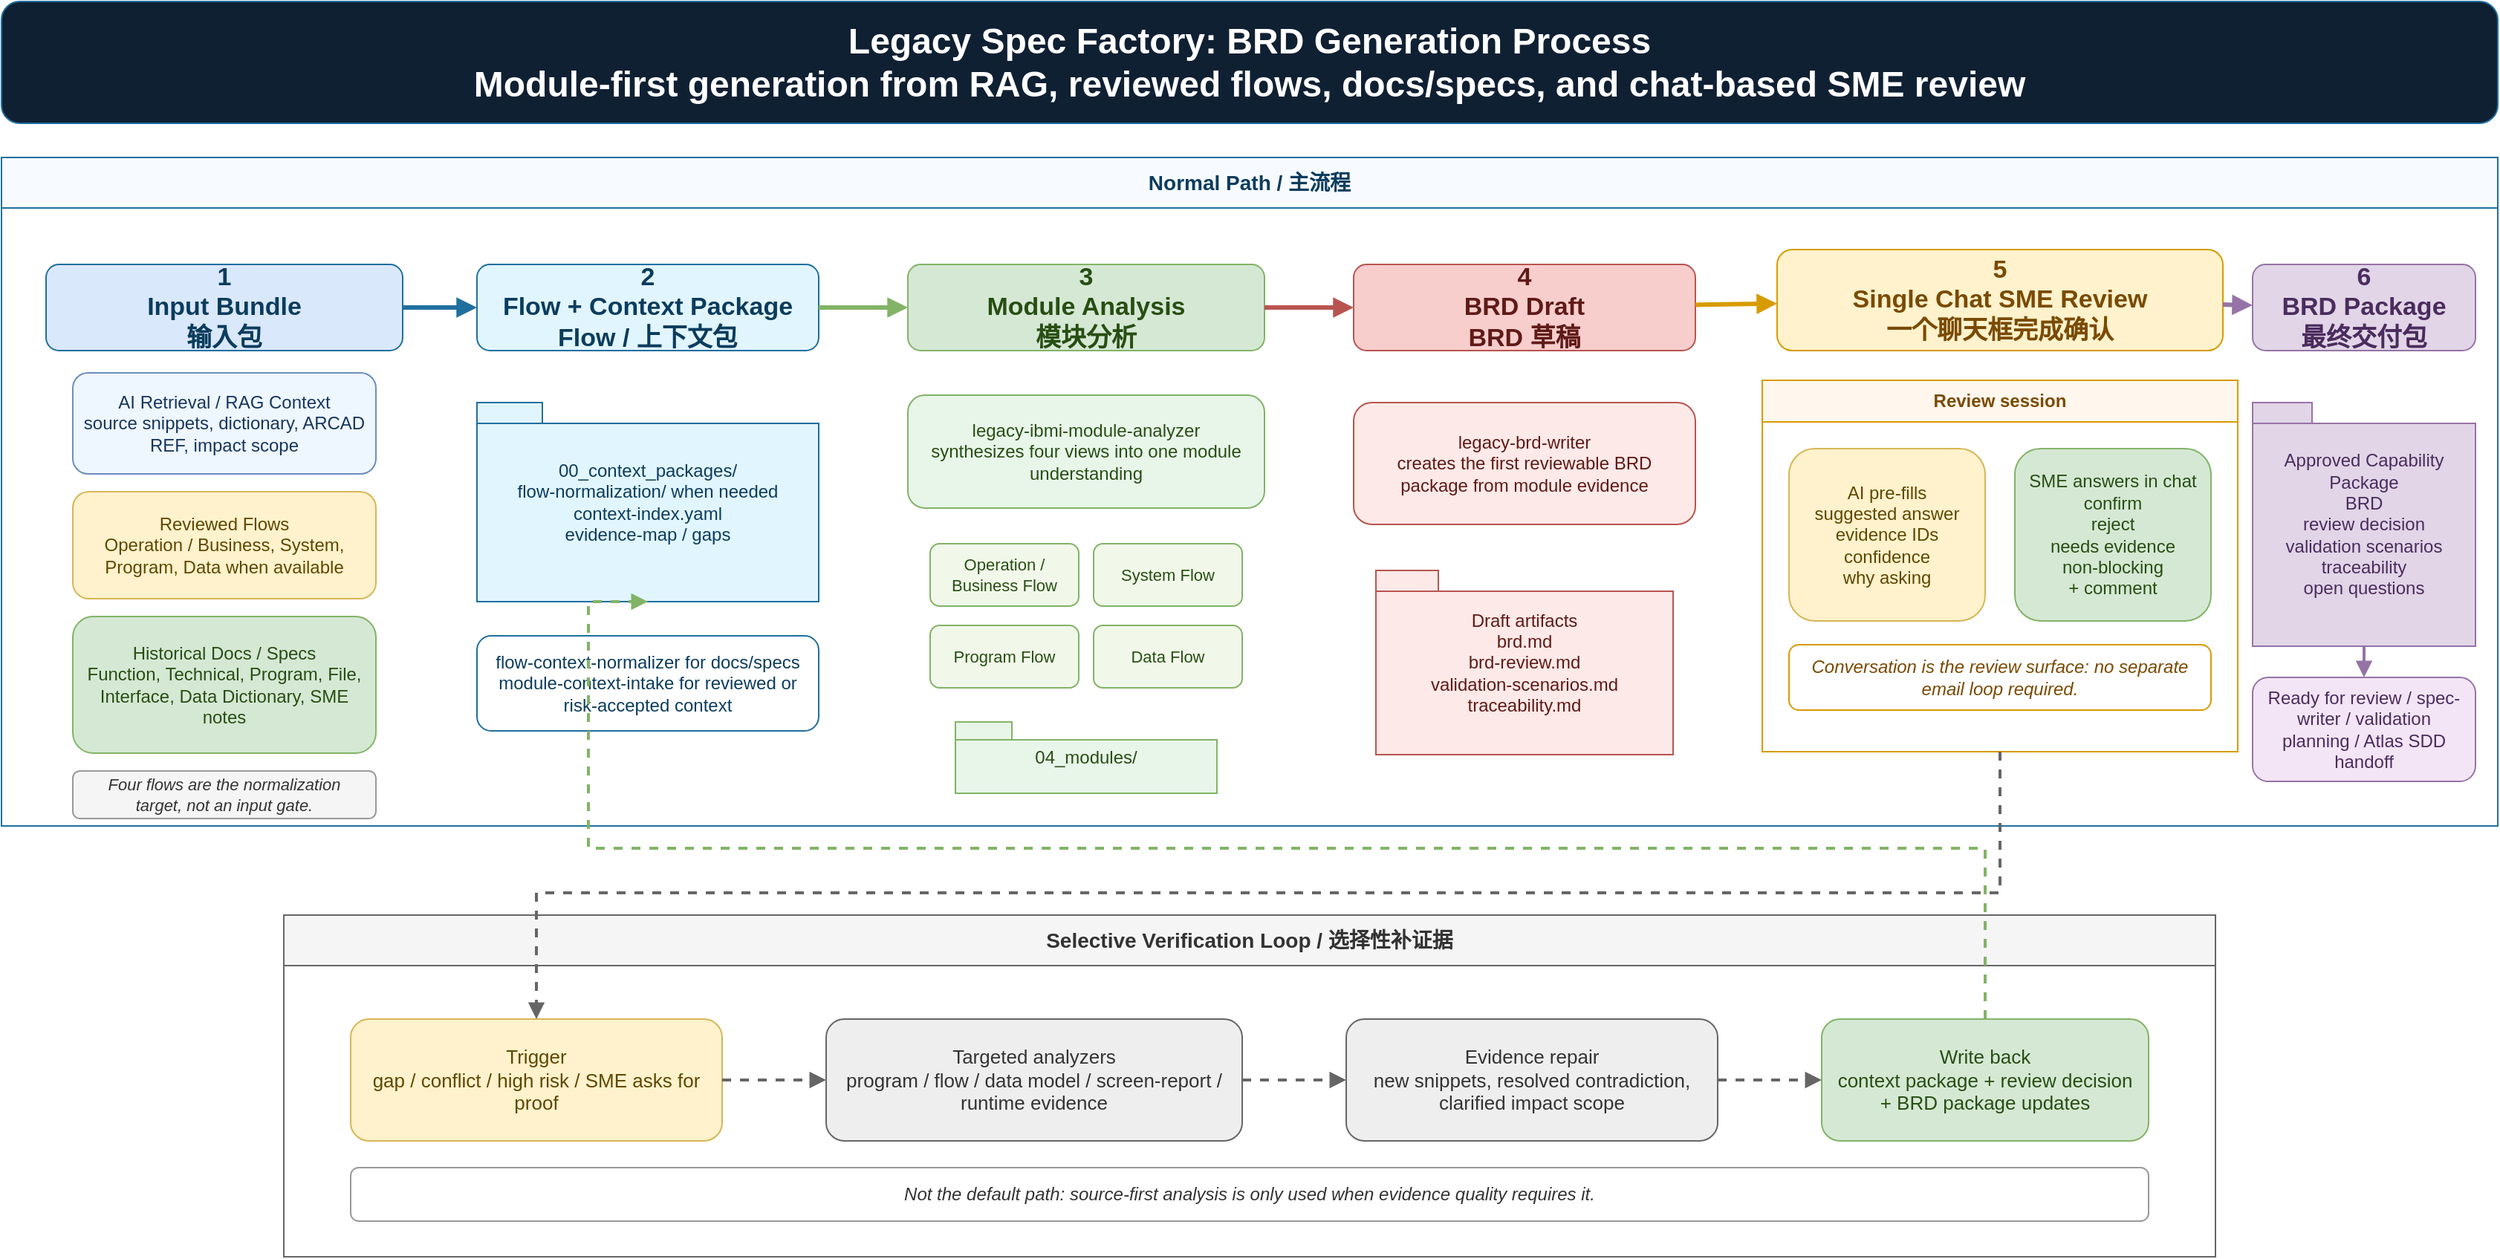
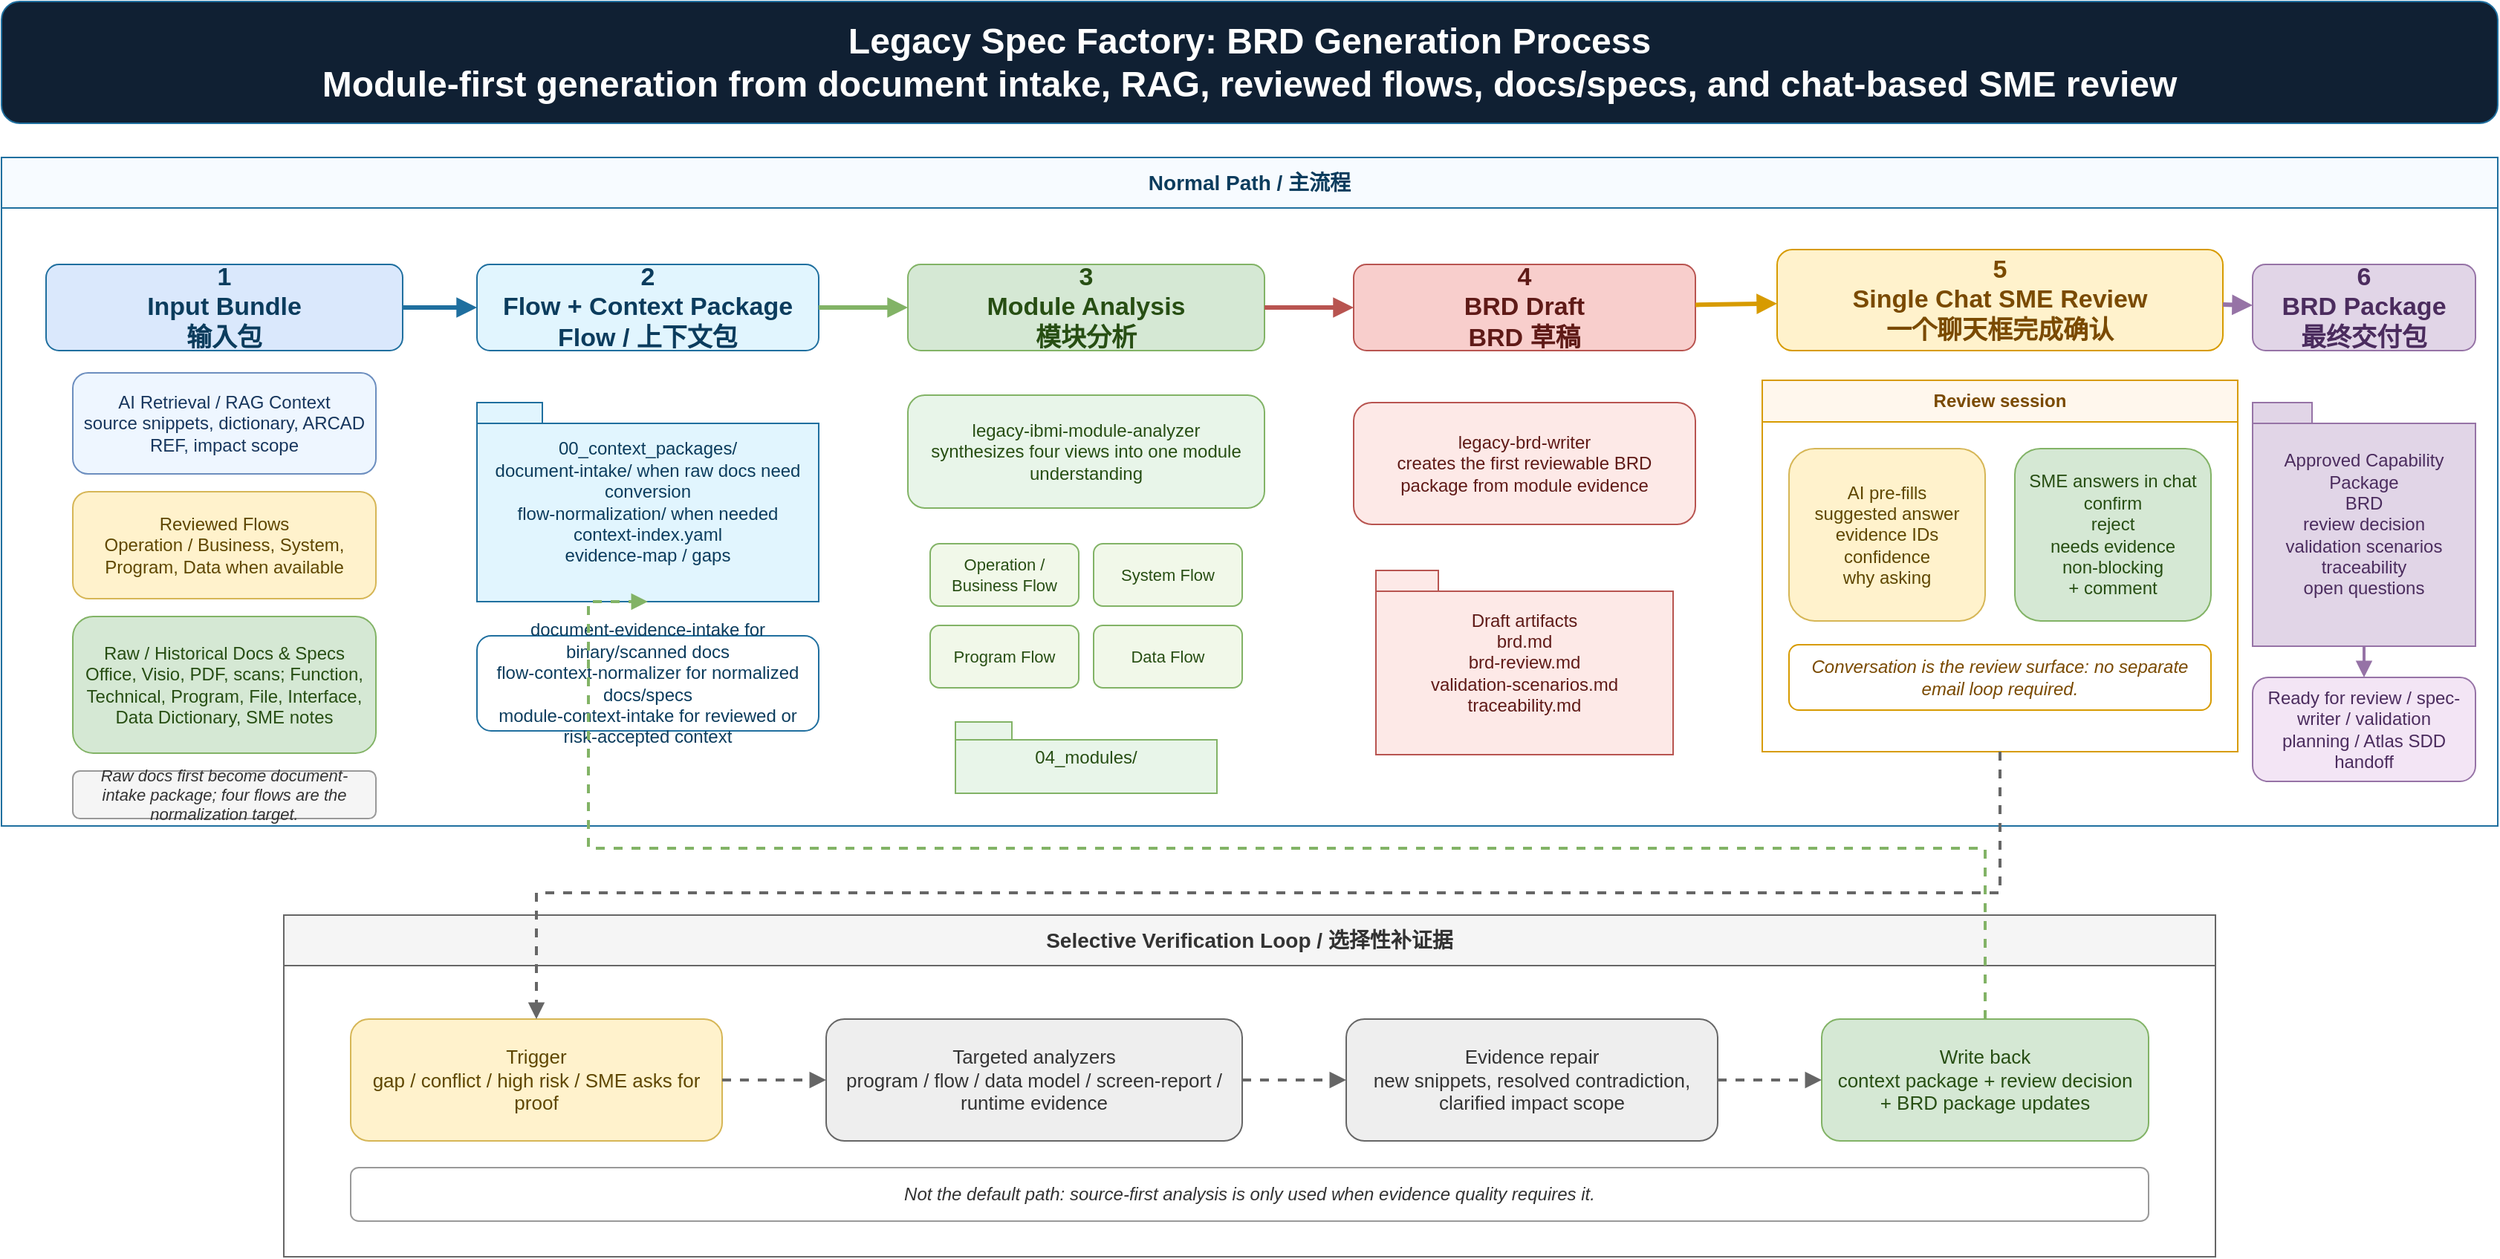
<?xml version="1.0" encoding="UTF-8"?>
<mxfile host="app.diagrams.net" version="30.0.2">
  <diagram id="brd-generation-process" name="BRD Generation Process">
    <mxGraphModel dx="1760" dy="980" grid="1" gridSize="10" guides="1" tooltips="1" connect="1" arrows="1" fold="1" page="1" pageScale="1" pageWidth="1760" pageHeight="980" math="0" shadow="0">
      <root>
        <mxCell id="0" />
        <mxCell id="1" parent="0" />

-         <mxCell id="2" value="Legacy Spec Factory: BRD Generation Process&#xa;Module-first generation from RAG, reviewed flows, docs/specs, and chat-based SME review" style="rounded=1;whiteSpace=wrap;html=1;fillColor=#102033;strokeColor=#1f6f9f;fontColor=#ffffff;fontSize=24;fontStyle=1;spacing=14;" vertex="1" parent="1">
+         <mxCell id="2" value="Legacy Spec Factory: BRD Generation Process&#xa;Module-first generation from document intake, RAG, reviewed flows, docs/specs, and chat-based SME review" style="rounded=1;whiteSpace=wrap;html=1;fillColor=#102033;strokeColor=#1f6f9f;fontColor=#ffffff;fontSize=24;fontStyle=1;spacing=14;" vertex="1" parent="1">
          <mxGeometry x="40" y="20" width="1680" height="82" as="geometry" />
        </mxCell>

        <mxCell id="3" value="Normal Path / 主流程" style="swimlane;html=1;whiteSpace=wrap;startSize=34;fillColor=#f7fbff;strokeColor=#1f6f9f;fontColor=#0b3c5d;fontStyle=1;fontSize=14;" vertex="1" parent="1">
          <mxGeometry x="40" y="125" width="1680" height="450" as="geometry" />
        </mxCell>

        <mxCell id="10" value="1&#xa;Input Bundle&#xa;输入包" style="rounded=1;whiteSpace=wrap;html=1;fillColor=#dae8fc;strokeColor=#1f6f9f;fontColor=#0b3c5d;fontStyle=1;fontSize=17;spacing=10;" vertex="1" parent="3">
          <mxGeometry x="30" y="72" width="240" height="58" as="geometry" />
        </mxCell>
        <mxCell id="11" value="AI Retrieval / RAG Context&#xa;source snippets, dictionary, ARCAD REF, impact scope" style="rounded=1;whiteSpace=wrap;html=1;fillColor=#eef6ff;strokeColor=#6c8ebf;fontColor=#17365d;fontSize=12;spacing=8;" vertex="1" parent="3">
          <mxGeometry x="48" y="145" width="204" height="68" as="geometry" />
        </mxCell>
        <mxCell id="12" value="Reviewed Flows&#xa;Operation / Business, System, Program, Data when available" style="rounded=1;whiteSpace=wrap;html=1;fillColor=#fff2cc;strokeColor=#d6b656;fontColor=#5f4700;fontSize=12;spacing=8;" vertex="1" parent="3">
          <mxGeometry x="48" y="225" width="204" height="72" as="geometry" />
        </mxCell>
-         <mxCell id="13" value="Historical Docs / Specs&#xa;Function, Technical, Program, File, Interface, Data Dictionary, SME notes" style="rounded=1;whiteSpace=wrap;html=1;fillColor=#d5e8d4;strokeColor=#82b366;fontColor=#274e13;fontSize=12;spacing=8;" vertex="1" parent="3">
+         <mxCell id="13" value="Raw / Historical Docs &amp; Specs&#xa;Office, Visio, PDF, scans; Function, Technical, Program, File, Interface, Data Dictionary, SME notes" style="rounded=1;whiteSpace=wrap;html=1;fillColor=#d5e8d4;strokeColor=#82b366;fontColor=#274e13;fontSize=12;spacing=8;" vertex="1" parent="3">
          <mxGeometry x="48" y="309" width="204" height="92" as="geometry" />
        </mxCell>
-         <mxCell id="14" value="Four flows are the normalization target, not an input gate." style="rounded=1;whiteSpace=wrap;html=1;fillColor=#f5f5f5;strokeColor=#999999;fontColor=#333333;fontSize=11;fontStyle=2;spacing=8;" vertex="1" parent="3">
+         <mxCell id="14" value="Raw docs first become document-intake package; four flows are the normalization target." style="rounded=1;whiteSpace=wrap;html=1;fillColor=#f5f5f5;strokeColor=#999999;fontColor=#333333;fontSize=11;fontStyle=2;spacing=8;" vertex="1" parent="3">
          <mxGeometry x="48" y="413" width="204" height="32" as="geometry" />
        </mxCell>

        <mxCell id="20" value="2&#xa;Flow + Context Package&#xa;Flow / 上下文包" style="rounded=1;whiteSpace=wrap;html=1;fillColor=#e1f5fe;strokeColor=#1f6f9f;fontColor=#0b3c5d;fontStyle=1;fontSize=17;spacing=10;" vertex="1" parent="3">
          <mxGeometry x="320" y="72" width="230" height="58" as="geometry" />
        </mxCell>
-         <mxCell id="21" value="00_context_packages/&lt;MODULE&gt;&#xa;flow-normalization/ when needed&#xa;context-index.yaml&#xa;evidence-map / gaps" style="shape=folder;tabWidth=44;tabHeight=14;tabPosition=left;html=1;whiteSpace=wrap;fillColor=#e1f5fe;strokeColor=#1f6f9f;fontColor=#0b3c5d;fontSize=12;spacing=8;" vertex="1" parent="3">
+         <mxCell id="21" value="00_context_packages/&lt;MODULE&gt;&#xa;document-intake/ when raw docs need conversion&#xa;flow-normalization/ when needed&#xa;context-index.yaml&#xa;evidence-map / gaps" style="shape=folder;tabWidth=44;tabHeight=14;tabPosition=left;html=1;whiteSpace=wrap;fillColor=#e1f5fe;strokeColor=#1f6f9f;fontColor=#0b3c5d;fontSize=12;spacing=8;" vertex="1" parent="3">
          <mxGeometry x="320" y="165" width="230" height="134" as="geometry" />
        </mxCell>
-         <mxCell id="22" value="flow-context-normalizer for docs/specs&#xa;module-context-intake for reviewed or risk-accepted context" style="rounded=1;whiteSpace=wrap;html=1;fillColor=#ffffff;strokeColor=#1f6f9f;fontColor=#0b3c5d;fontSize=12;spacing=8;" vertex="1" parent="3">
+         <mxCell id="22" value="document-evidence-intake for binary/scanned docs&#xa;flow-context-normalizer for normalized docs/specs&#xa;module-context-intake for reviewed or risk-accepted context" style="rounded=1;whiteSpace=wrap;html=1;fillColor=#ffffff;strokeColor=#1f6f9f;fontColor=#0b3c5d;fontSize=12;spacing=8;" vertex="1" parent="3">
          <mxGeometry x="320" y="322" width="230" height="64" as="geometry" />
        </mxCell>

        <mxCell id="30" value="3&#xa;Module Analysis&#xa;模块分析" style="rounded=1;whiteSpace=wrap;html=1;fillColor=#d5e8d4;strokeColor=#82b366;fontColor=#274e13;fontStyle=1;fontSize=17;spacing=10;" vertex="1" parent="3">
          <mxGeometry x="610" y="72" width="240" height="58" as="geometry" />
        </mxCell>
        <mxCell id="31" value="legacy-ibmi-module-analyzer&#xa;synthesizes four views into one module understanding" style="rounded=1;whiteSpace=wrap;html=1;fillColor=#e8f5e9;strokeColor=#82b366;fontColor=#274e13;fontSize=12;spacing=8;" vertex="1" parent="3">
          <mxGeometry x="610" y="160" width="240" height="76" as="geometry" />
        </mxCell>
        <mxCell id="32" value="Operation / Business Flow" style="rounded=1;whiteSpace=wrap;html=1;fillColor=#f1f8e9;strokeColor=#82b366;fontColor=#274e13;fontSize=11;" vertex="1" parent="3">
          <mxGeometry x="625" y="260" width="100" height="42" as="geometry" />
        </mxCell>
        <mxCell id="33" value="System Flow" style="rounded=1;whiteSpace=wrap;html=1;fillColor=#f1f8e9;strokeColor=#82b366;fontColor=#274e13;fontSize=11;" vertex="1" parent="3">
          <mxGeometry x="735" y="260" width="100" height="42" as="geometry" />
        </mxCell>
        <mxCell id="34" value="Program Flow" style="rounded=1;whiteSpace=wrap;html=1;fillColor=#f1f8e9;strokeColor=#82b366;fontColor=#274e13;fontSize=11;" vertex="1" parent="3">
          <mxGeometry x="625" y="315" width="100" height="42" as="geometry" />
        </mxCell>
        <mxCell id="35" value="Data Flow" style="rounded=1;whiteSpace=wrap;html=1;fillColor=#f1f8e9;strokeColor=#82b366;fontColor=#274e13;fontSize=11;" vertex="1" parent="3">
          <mxGeometry x="735" y="315" width="100" height="42" as="geometry" />
        </mxCell>
        <mxCell id="36" value="04_modules/&lt;MODULE&gt;" style="shape=folder;tabWidth=38;tabHeight=12;tabPosition=left;html=1;whiteSpace=wrap;fillColor=#e8f5e9;strokeColor=#82b366;fontColor=#274e13;fontSize=12;spacing=8;" vertex="1" parent="3">
          <mxGeometry x="642" y="380" width="176" height="48" as="geometry" />
        </mxCell>

        <mxCell id="40" value="4&#xa;BRD Draft&#xa;BRD 草稿" style="rounded=1;whiteSpace=wrap;html=1;fillColor=#f8cecc;strokeColor=#b85450;fontColor=#5f1a17;fontStyle=1;fontSize=17;spacing=10;" vertex="1" parent="3">
          <mxGeometry x="910" y="72" width="230" height="58" as="geometry" />
        </mxCell>
        <mxCell id="41" value="legacy-brd-writer&#xa;creates the first reviewable BRD package from module evidence" style="rounded=1;whiteSpace=wrap;html=1;fillColor=#fde9e7;strokeColor=#b85450;fontColor=#5f1a17;fontSize=12;spacing=8;" vertex="1" parent="3">
          <mxGeometry x="910" y="165" width="230" height="82" as="geometry" />
        </mxCell>
        <mxCell id="42" value="Draft artifacts&#xa;brd.md&#xa;brd-review.md&#xa;validation-scenarios.md&#xa;traceability.md" style="shape=folder;tabWidth=42;tabHeight=14;tabPosition=left;html=1;whiteSpace=wrap;fillColor=#fde9e7;strokeColor=#b85450;fontColor=#5f1a17;fontSize=12;spacing=8;" vertex="1" parent="3">
          <mxGeometry x="925" y="278" width="200" height="124" as="geometry" />
        </mxCell>

        <mxCell id="50" value="5&#xa;Single Chat SME Review&#xa;一个聊天框完成确认" style="rounded=1;whiteSpace=wrap;html=1;fillColor=#fff2cc;strokeColor=#d79b00;fontColor=#7a4a00;fontStyle=1;fontSize=17;spacing=10;" vertex="1" parent="3">
          <mxGeometry x="1195" y="62" width="300" height="68" as="geometry" />
        </mxCell>
        <mxCell id="51" value="Review session" style="swimlane;html=1;whiteSpace=wrap;startSize=28;fillColor=#fff7ed;strokeColor=#d79b00;fontColor=#7a4a00;fontStyle=1;fontSize=12;" vertex="1" parent="3">
          <mxGeometry x="1185" y="150" width="320" height="250" as="geometry" />
        </mxCell>
        <mxCell id="52" value="AI pre-fills&#xa;suggested answer&#xa;evidence IDs&#xa;confidence&#xa;why asking" style="rounded=1;whiteSpace=wrap;html=1;fillColor=#fff2cc;strokeColor=#d6b656;fontColor=#5f4700;fontSize=12;spacing=8;" vertex="1" parent="51">
          <mxGeometry x="18" y="46" width="132" height="116" as="geometry" />
        </mxCell>
        <mxCell id="53" value="SME answers in chat&#xa;confirm&#xa;reject&#xa;needs evidence&#xa;non-blocking&#xa;+ comment" style="rounded=1;whiteSpace=wrap;html=1;fillColor=#d5e8d4;strokeColor=#82b366;fontColor=#274e13;fontSize=12;spacing=8;" vertex="1" parent="51">
          <mxGeometry x="170" y="46" width="132" height="116" as="geometry" />
        </mxCell>
        <mxCell id="54" value="Conversation is the review surface: no separate email loop required." style="rounded=1;whiteSpace=wrap;html=1;fillColor=#ffffff;strokeColor=#d79b00;fontColor=#7a4a00;fontSize=12;fontStyle=2;spacing=8;" vertex="1" parent="51">
          <mxGeometry x="18" y="178" width="284" height="44" as="geometry" />
        </mxCell>

        <mxCell id="60" value="6&#xa;BRD Package&#xa;最终交付包" style="rounded=1;whiteSpace=wrap;html=1;fillColor=#e1d5e7;strokeColor=#9673a6;fontColor=#4b2c5e;fontStyle=1;fontSize=17;spacing=10;" vertex="1" parent="3">
          <mxGeometry x="1515" y="72" width="150" height="58" as="geometry" />
        </mxCell>
        <mxCell id="61" value="Approved Capability Package&#xa;BRD&#xa;review decision&#xa;validation scenarios&#xa;traceability&#xa;open questions" style="shape=folder;tabWidth=40;tabHeight=14;tabPosition=left;html=1;whiteSpace=wrap;fillColor=#e1d5e7;strokeColor=#9673a6;fontColor=#4b2c5e;fontSize=12;spacing=8;" vertex="1" parent="3">
          <mxGeometry x="1515" y="165" width="150" height="164" as="geometry" />
        </mxCell>
        <mxCell id="62" value="Ready for review / spec-writer / validation planning / Atlas SDD handoff" style="rounded=1;whiteSpace=wrap;html=1;fillColor=#f3e5f5;strokeColor=#9673a6;fontColor=#4b2c5e;fontSize=12;spacing=8;" vertex="1" parent="3">
          <mxGeometry x="1515" y="350" width="150" height="70" as="geometry" />
        </mxCell>

        <mxCell id="70" value="" style="endArrow=block;html=1;rounded=0;strokeColor=#1f6f9f;strokeWidth=3;" edge="1" parent="3" source="10" target="20">
          <mxGeometry relative="1" as="geometry" />
        </mxCell>
        <mxCell id="71" value="" style="endArrow=block;html=1;rounded=0;strokeColor=#82b366;strokeWidth=3;" edge="1" parent="3" source="20" target="30">
          <mxGeometry relative="1" as="geometry" />
        </mxCell>
        <mxCell id="72" value="" style="endArrow=block;html=1;rounded=0;strokeColor=#b85450;strokeWidth=3;" edge="1" parent="3" source="30" target="40">
          <mxGeometry relative="1" as="geometry" />
        </mxCell>
        <mxCell id="73" value="" style="endArrow=block;html=1;rounded=0;strokeColor=#d79b00;strokeWidth=3;fontColor=#7a4a00;" edge="1" parent="3" source="40" target="50">
          <mxGeometry relative="1" as="geometry" />
        </mxCell>
        <mxCell id="74" value="" style="endArrow=block;html=1;rounded=0;strokeColor=#9673a6;strokeWidth=3;fontColor=#4b2c5e;" edge="1" parent="3" source="50" target="60">
          <mxGeometry relative="1" as="geometry" />
        </mxCell>
        <mxCell id="75" value="" style="endArrow=block;html=1;rounded=0;strokeColor=#9673a6;strokeWidth=2;" edge="1" parent="3" source="61" target="62">
          <mxGeometry relative="1" as="geometry" />
        </mxCell>

        <mxCell id="80" value="Selective Verification Loop / 选择性补证据" style="swimlane;html=1;whiteSpace=wrap;startSize=34;fillColor=#f5f5f5;strokeColor=#666666;fontColor=#333333;fontStyle=1;fontSize=14;" vertex="1" parent="1">
          <mxGeometry x="230" y="635" width="1300" height="230" as="geometry" />
        </mxCell>
        <mxCell id="81" value="Trigger&#xa;gap / conflict / high risk / SME asks for proof" style="rounded=1;whiteSpace=wrap;html=1;fillColor=#fff2cc;strokeColor=#d6b656;fontColor=#5f4700;fontSize=13;spacing=8;" vertex="1" parent="80">
          <mxGeometry x="45" y="70" width="250" height="82" as="geometry" />
        </mxCell>
        <mxCell id="82" value="Targeted analyzers&#xa;program / flow / data model / screen-report / runtime evidence" style="rounded=1;whiteSpace=wrap;html=1;fillColor=#eeeeee;strokeColor=#666666;fontColor=#333333;fontSize=13;spacing=8;" vertex="1" parent="80">
          <mxGeometry x="365" y="70" width="280" height="82" as="geometry" />
        </mxCell>
        <mxCell id="83" value="Evidence repair&#xa;new snippets, resolved contradiction, clarified impact scope" style="rounded=1;whiteSpace=wrap;html=1;fillColor=#eeeeee;strokeColor=#666666;fontColor=#333333;fontSize=13;spacing=8;" vertex="1" parent="80">
          <mxGeometry x="715" y="70" width="250" height="82" as="geometry" />
        </mxCell>
        <mxCell id="84" value="Write back&#xa;context package + review decision + BRD package updates" style="rounded=1;whiteSpace=wrap;html=1;fillColor=#d5e8d4;strokeColor=#82b366;fontColor=#274e13;fontSize=13;spacing=8;" vertex="1" parent="80">
          <mxGeometry x="1035" y="70" width="220" height="82" as="geometry" />
        </mxCell>
        <mxCell id="85" value="Not the default path: source-first analysis is only used when evidence quality requires it." style="rounded=1;whiteSpace=wrap;html=1;fillColor=#ffffff;strokeColor=#999999;fontColor=#333333;fontSize=12;fontStyle=2;spacing=8;" vertex="1" parent="80">
          <mxGeometry x="45" y="170" width="1210" height="36" as="geometry" />
        </mxCell>

        <mxCell id="90" value="" style="endArrow=block;html=1;rounded=0;dashed=1;strokeColor=#666666;strokeWidth=2;" edge="1" parent="80" source="81" target="82">
          <mxGeometry relative="1" as="geometry" />
        </mxCell>
        <mxCell id="91" value="" style="endArrow=block;html=1;rounded=0;dashed=1;strokeColor=#666666;strokeWidth=2;" edge="1" parent="80" source="82" target="83">
          <mxGeometry relative="1" as="geometry" />
        </mxCell>
        <mxCell id="92" value="" style="endArrow=block;html=1;rounded=0;dashed=1;strokeColor=#666666;strokeWidth=2;" edge="1" parent="80" source="83" target="84">
          <mxGeometry relative="1" as="geometry" />
        </mxCell>
        <mxCell id="93" value="" style="edgeStyle=orthogonalEdgeStyle;endArrow=block;html=1;rounded=0;dashed=1;strokeColor=#666666;strokeWidth=2;fontColor=#333333;entryX=0.5;entryY=0;exitX=0.5;exitY=1;" edge="1" parent="1" source="51" target="81">
          <mxGeometry relative="1" as="geometry">
            <Array as="points">
              <mxPoint x="1385" y="620" />
              <mxPoint x="400" y="620" />
            </Array>
          </mxGeometry>
        </mxCell>
        <mxCell id="94" value="" style="edgeStyle=orthogonalEdgeStyle;endArrow=block;html=1;rounded=0;dashed=1;strokeColor=#82b366;strokeWidth=2;fontColor=#274e13;entryX=0.5;entryY=1;exitX=0.5;exitY=0;" edge="1" parent="1" source="84" target="21">
          <mxGeometry relative="1" as="geometry">
            <Array as="points">
              <mxPoint x="1375" y="590" />
              <mxPoint x="435" y="590" />
            </Array>
          </mxGeometry>
        </mxCell>
      </root>
    </mxGraphModel>
  </diagram>
</mxfile>
